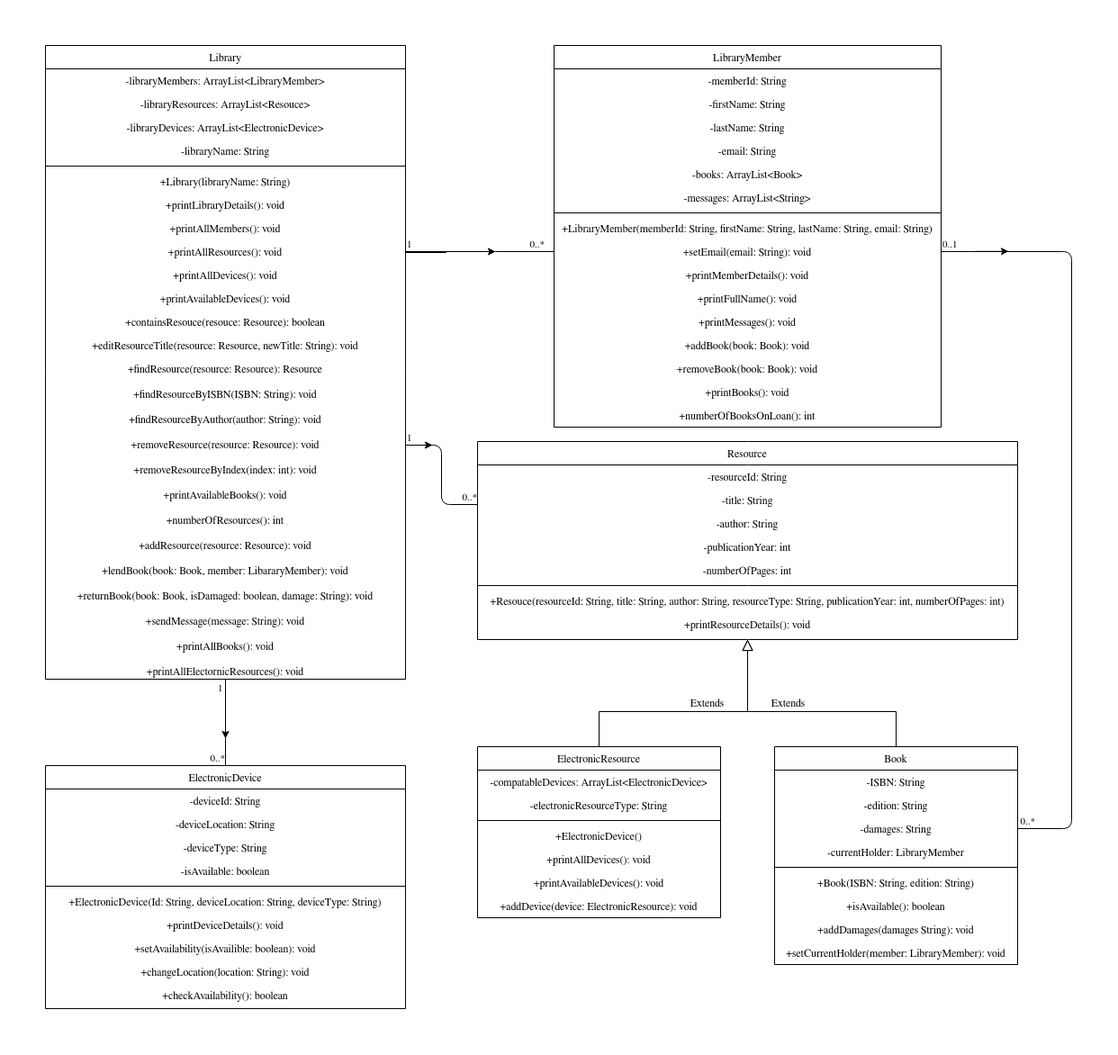
Above: UML_Diagram.png in James-Welsh/Library_System_Java (draw.io), before the change. Source tidied: cells renumbered, new cells last; positions are measured from the earlier drawing's top-left corner, leaving out a move shared by most shapes.
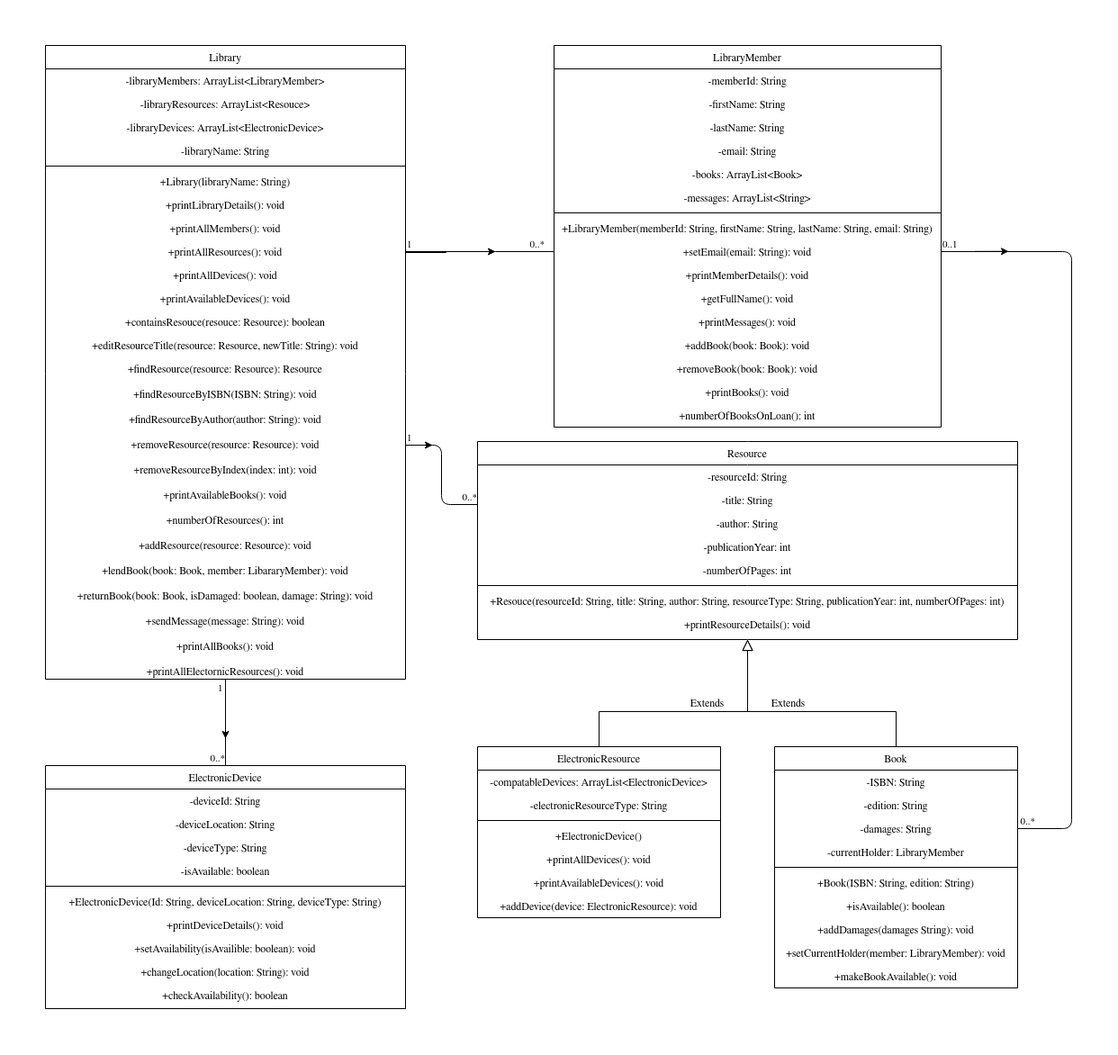
Later version of the same file.

The edit, as a diff of the source:
```diff
@@ -30,7 +30,7 @@
       <mxGeometry y="190" width="600" height="26" as="geometry" />
     </mxCell>
     <mxCell id="11" value="Book" style="swimlane;fontStyle=0;align=center;verticalAlign=top;horizontal=1;startSize=26;rounded=0;shadow=0;strokeWidth=1;" parent="1" vertex="1">
-      <mxGeometry x="810" y="779" width="270" height="242" as="geometry" />
+      <mxGeometry x="810" y="779" width="270" height="268" as="geometry" />
     </mxCell>
     <mxCell id="12" value="-ISBN: String" style="text;align=center;verticalAlign=top;spacingLeft=4;spacingRight=4;overflow=hidden;" parent="11" vertex="1">
       <mxGeometry y="26" width="270" height="26" as="geometry" />
@@ -59,6 +59,9 @@
     <mxCell id="20" value="+setCurrentHolder(member: LibraryMember): void" style="text;align=center;verticalAlign=top;spacingLeft=4;spacingRight=4;overflow=hidden;" parent="11" vertex="1">
       <mxGeometry y="216" width="270" height="26" as="geometry" />
     </mxCell>
+    <mxCell id="104" value="+makeBookAvailable(): void" style="text;align=center;verticalAlign=top;spacingLeft=4;spacingRight=4;overflow=hidden;" parent="11" vertex="1">
+      <mxGeometry y="242" width="270" height="26" as="geometry" />
+    </mxCell>
     <mxCell id="21" style="endArrow=block;endSize=10;endFill=0;shadow=0;strokeWidth=1;rounded=0;edgeStyle=elbowEdgeStyle;elbow=vertical;exitX=0.5;exitY=0;exitDx=0;exitDy=0;" parent="1" edge="1" source="11">
       <mxGeometry relative="1" as="geometry">
         <mxPoint x="780" y="660" as="targetPoint" />
@@ -107,7 +110,7 @@
     <mxCell id="33" value="+printMemberDetails(): void" style="text;align=center;verticalAlign=top;spacingLeft=4;spacingRight=4;overflow=hidden;" parent="23" vertex="1">
       <mxGeometry y="242" width="430" height="26" as="geometry" />
     </mxCell>
-    <mxCell id="34" value="+printFullName(): void" style="text;align=center;verticalAlign=top;spacingLeft=4;spacingRight=4;overflow=hidden;" parent="23" vertex="1">
+    <mxCell id="34" value="+getFullName(): void" style="text;align=center;verticalAlign=top;spacingLeft=4;spacingRight=4;overflow=hidden;" parent="23" vertex="1">
       <mxGeometry y="268" width="430" height="26" as="geometry" />
     </mxCell>
     <mxCell id="35" value="+printMessages(): void" style="text;align=center;verticalAlign=top;spacingLeft=4;spacingRight=4;overflow=hidden;" parent="23" vertex="1">
```
